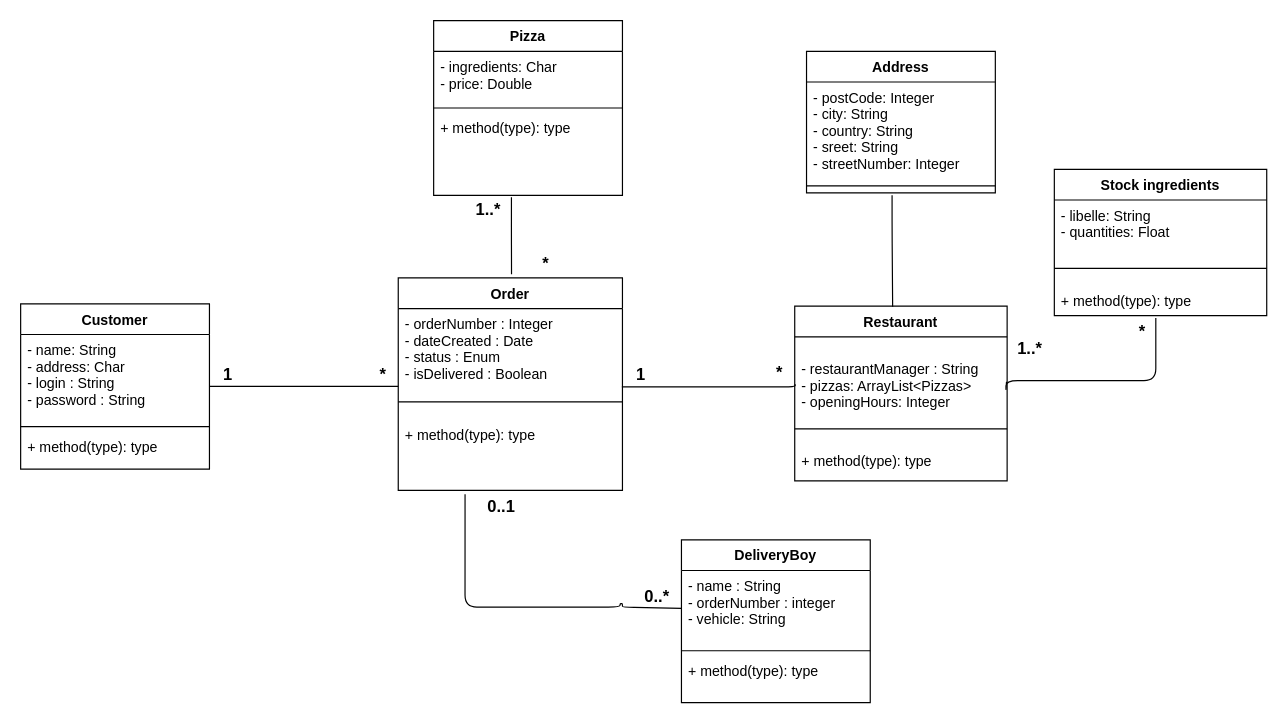
Ketut38/OC-P5-Pizza keeps this draw.io diagram as page "Diagramme de classe" (8 of 9) of P5-UseCase-definotion.drawio. Above is the earlier version. Source tidied: cells renumbered, new cells numbered last; positions are measured from the earlier drawing's top-left corner, leaving out a move shared by most shapes. Both pictures are drawn from the tidied source at 118%, with x=0, y=0 at pixel (20, 20).
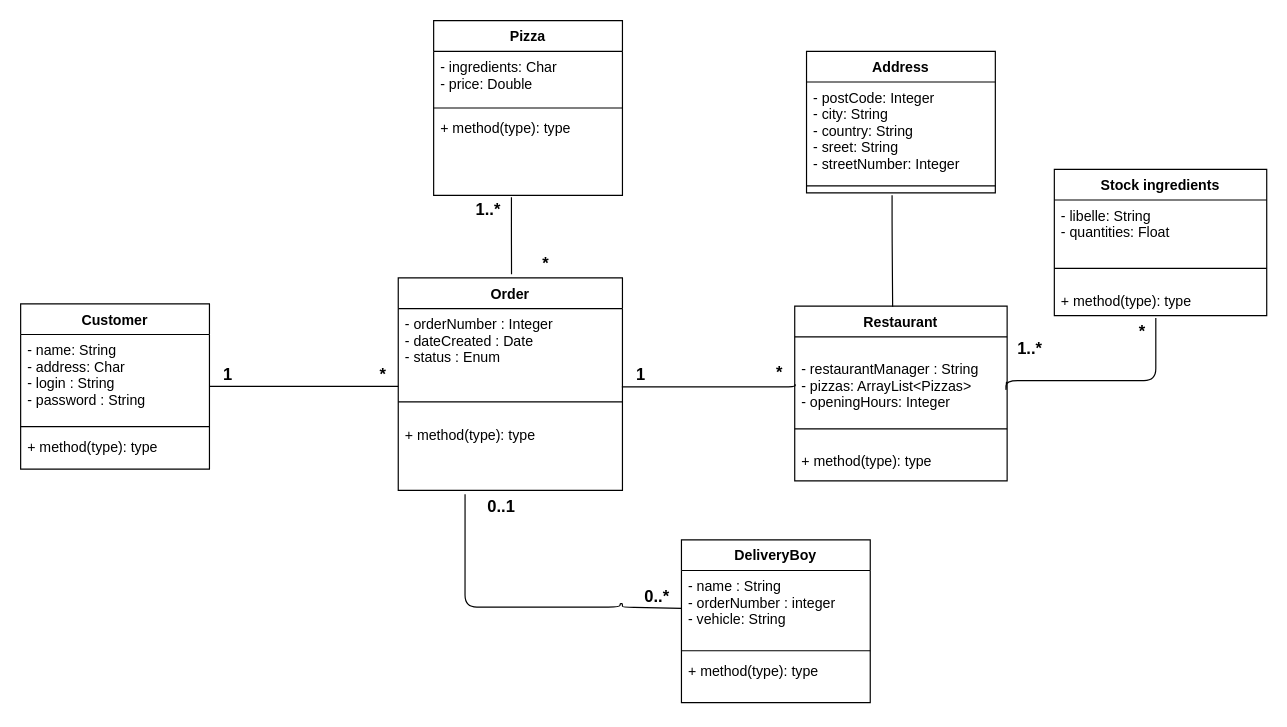
The same page after the edit.

The change refers to these unchanged cells:
```xml
<mxCell id="10" value="Order" style="swimlane;fontStyle=1;align=center;verticalAlign=top;horizontal=1;startSize=26;" parent="1" vertex="1">
  <mxGeometry x="320" y="218" width="190" height="180" as="geometry" />
</mxCell>
```

What changed in the source:
```diff
@@
-    <mxCell id="11" value="- orderNumber : Integer&#10;- dateCreated : Date&#10;- status : Enum&#10;- isDelivered : Boolean" style="text;strokeColor=none;fillColor=none;align=left;verticalAlign=top;spacingLeft=4;spacingRight=4;overflow=hidden;" parent="10" vertex="1">
+    <mxCell id="11" value="- orderNumber : Integer&#10;- dateCreated : Date&#10;- status : Enum&#10;" style="text;strokeColor=none;fillColor=none;align=left;verticalAlign=top;spacingLeft=4;spacingRight=4;overflow=hidden;" parent="10" vertex="1">
       <mxGeometry y="26" width="190" height="64" as="geometry" />
     </mxCell>
```
